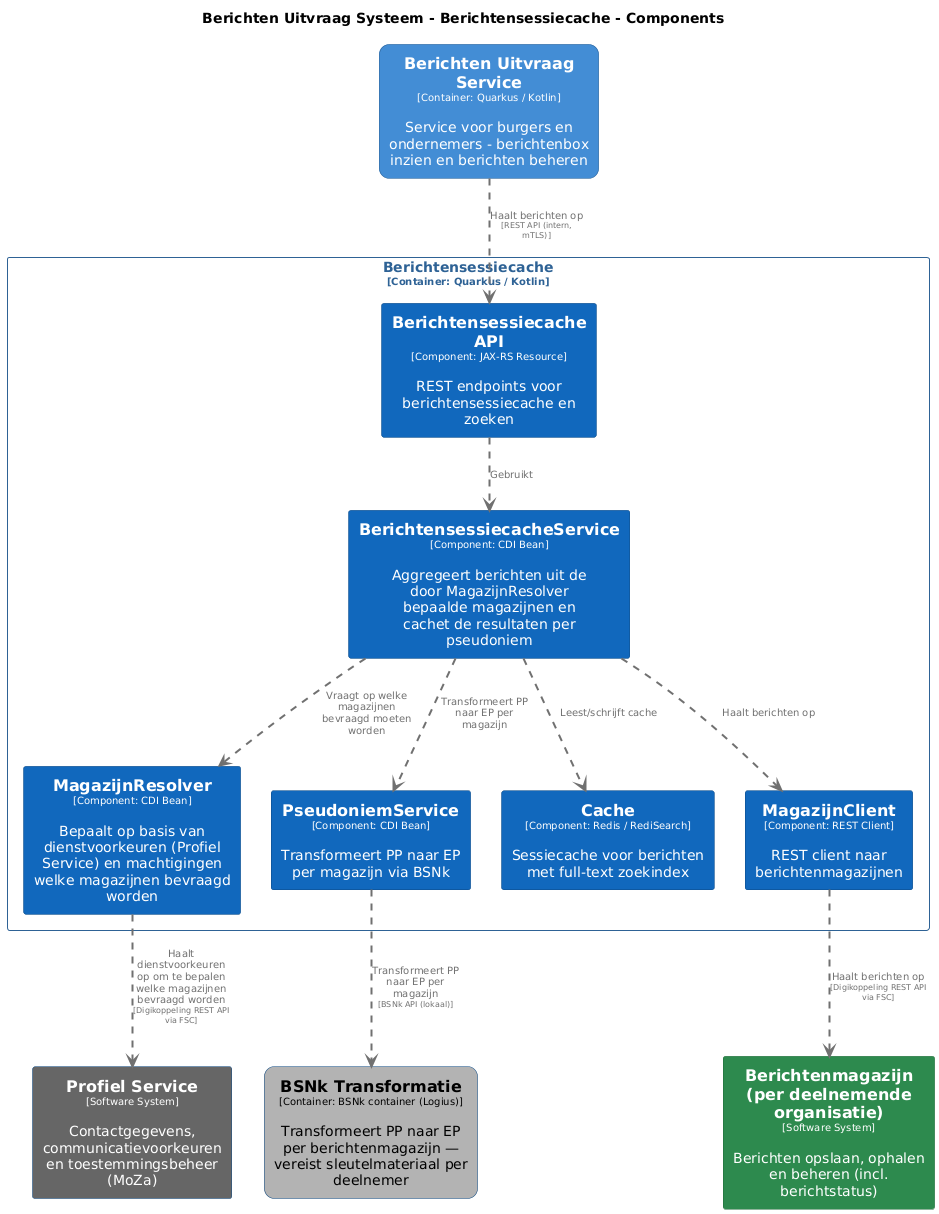
Above: pr-preview/pr-22/master/png/BerichtensessiecacheComponenten.png in MinBZK/moza-poc-fbs-berichtenbox (PlantUML), before the change.
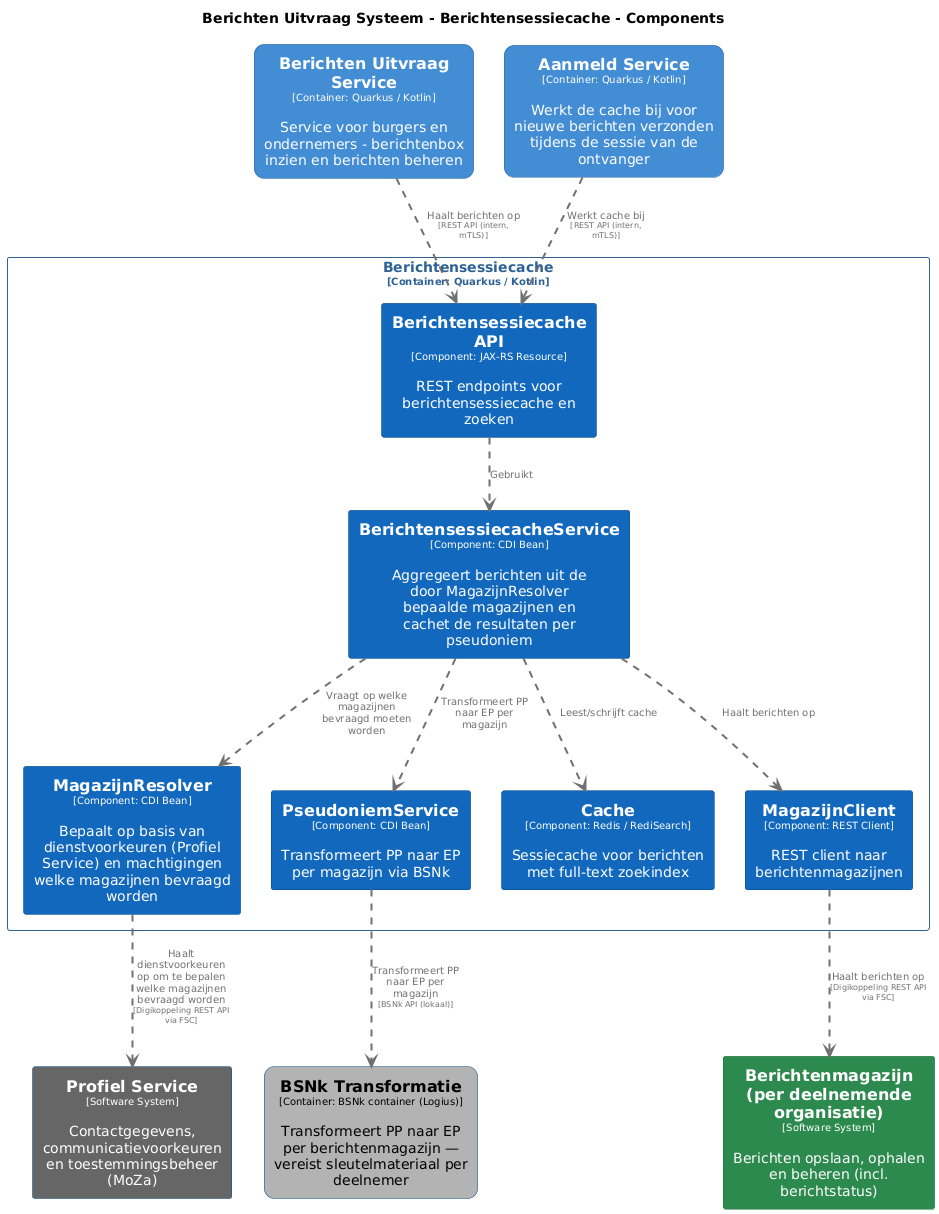
Above is the later version.

What changed in the source:
```diff
@@ -15,6 +15,13 @@
 
 hide stereotype
 
+skinparam rectangle<<BerichtenUitvraagSysteem.AanmeldService>> {
+  BackgroundColor #438dd5
+  FontColor #ffffff
+  BorderColor #2e6295
+  roundCorner 20
+  shadowing false
+}
 skinparam rectangle<<BerichtenUitvraagSysteem.BSNkTransformatie>> {
   BackgroundColor #b3b3b3
   FontColor #000000
@@ -87,6 +94,7 @@
 rectangle "==Berichtenmagazijn (per deelnemende organisatie)\n<size:10>[Software System]</size>\n\nBerichten opslaan, ophalen en beheren (incl. berichtstatus)" <<Berichtenmagazijnperdeelnemendeorganisatie>> as Berichtenmagazijnperdeelnemendeorganisatie
 rectangle "==Berichten Uitvraag Service\n<size:10>[Container: Quarkus / Kotlin]</size>\n\nService voor burgers en ondernemers - berichtenbox inzien en berichten beheren" <<BerichtenUitvraagSysteem.BerichtenUitvraagService>> as BerichtenUitvraagSysteem.BerichtenUitvraagService
 rectangle "==BSNk Transformatie\n<size:10>[Container: BSNk container (Logius)]</size>\n\nTransformeert PP naar EP per berichtenmagazijn — vereist sleutelmateriaal per deelnemer" <<BerichtenUitvraagSysteem.BSNkTransformatie>> as BerichtenUitvraagSysteem.BSNkTransformatie
+rectangle "==Aanmeld Service\n<size:10>[Container: Quarkus / Kotlin]</size>\n\nWerkt de cache bij voor nieuwe berichten verzonden tijdens de sessie van de ontvanger" <<BerichtenUitvraagSysteem.AanmeldService>> as BerichtenUitvraagSysteem.AanmeldService
 
 rectangle "Berichtensessiecache\n<size:10>[Container: Quarkus / Kotlin]</size>" <<BerichtenUitvraagSysteem.Berichtensessiecache>> {
   rectangle "==Berichtensessiecache API\n<size:10>[Component: JAX-RS Resource]</size>\n\nREST endpoints voor berichtensessiecache en zoeken" <<BerichtenUitvraagSysteem.Berichtensessiecache.BerichtensessiecacheAPI>> as BerichtenUitvraagSysteem.Berichtensessiecache.BerichtensessiecacheAPI
@@ -105,5 +113,6 @@
 BerichtenUitvraagSysteem.Berichtensessiecache.BerichtensessiecacheService .[#707070,thickness=2].> BerichtenUitvraagSysteem.Berichtensessiecache.Cache : "<color:#707070>Leest/schrijft cache"
 BerichtenUitvraagSysteem.Berichtensessiecache.BerichtensessiecacheService .[#707070,thickness=2].> BerichtenUitvraagSysteem.Berichtensessiecache.MagazijnClient : "<color:#707070>Haalt berichten op"
 BerichtenUitvraagSysteem.Berichtensessiecache.PseudoniemService .[#707070,thickness=2].> BerichtenUitvraagSysteem.BSNkTransformatie : "<color:#707070>Transformeert PP naar EP per magazijn\n<color:#707070><size:8>[BSNk API (lokaal)]</size>"
+BerichtenUitvraagSysteem.AanmeldService .[#707070,thickness=2].> BerichtenUitvraagSysteem.Berichtensessiecache.BerichtensessiecacheAPI : "<color:#707070>Werkt cache bij\n<color:#707070><size:8>[REST API (intern, mTLS)]</size>"
 BerichtenUitvraagSysteem.BerichtenUitvraagService .[#707070,thickness=2].> BerichtenUitvraagSysteem.Berichtensessiecache.BerichtensessiecacheAPI : "<color:#707070>Haalt berichten op\n<color:#707070><size:8>[REST API (intern, mTLS)]</size>"
 @enduml
```
